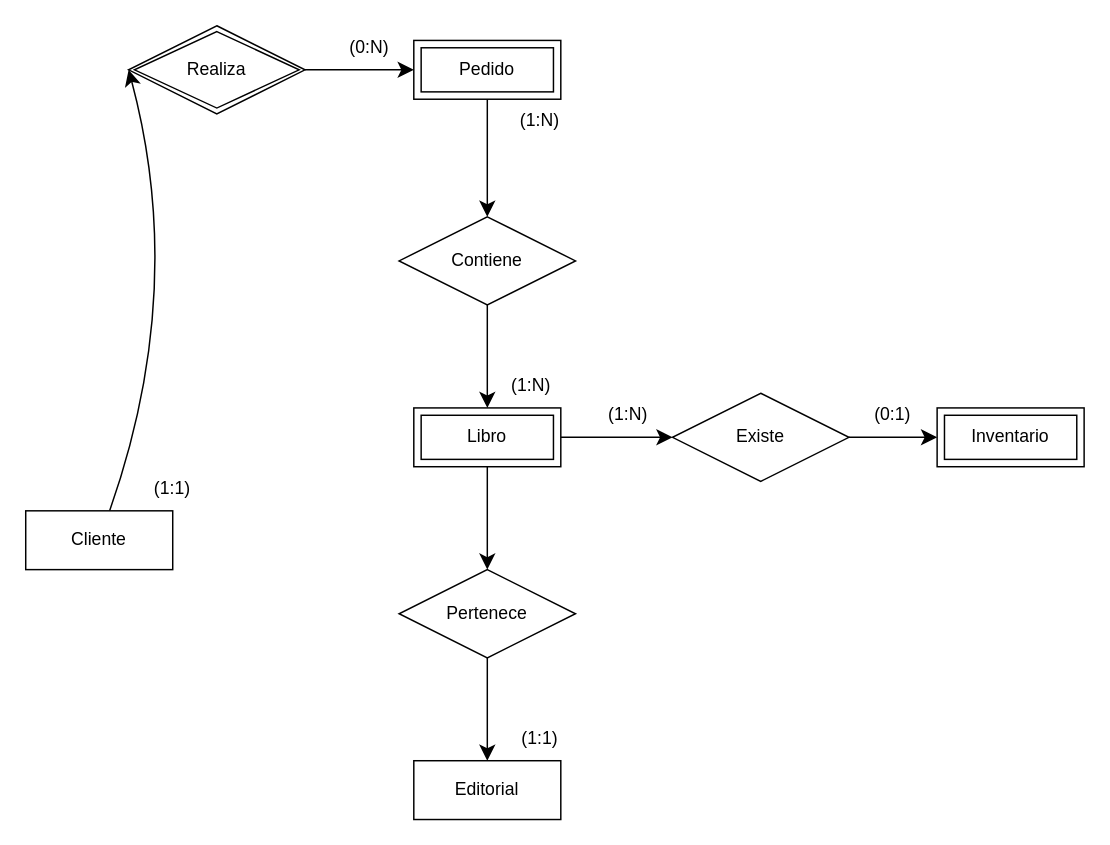
The draw.io diagram Entidad-Relacion.drawio in LejImkoaj/modelado-bases-de-datos, before the edit. Source tidied: cells renumbered, new cells numbered last; positions are measured from the earlier drawing's top-left corner, leaving out a move shared by most shapes. Both pictures are drawn from the tidied source at 147%, with x=0, y=0 at pixel (25, 25).
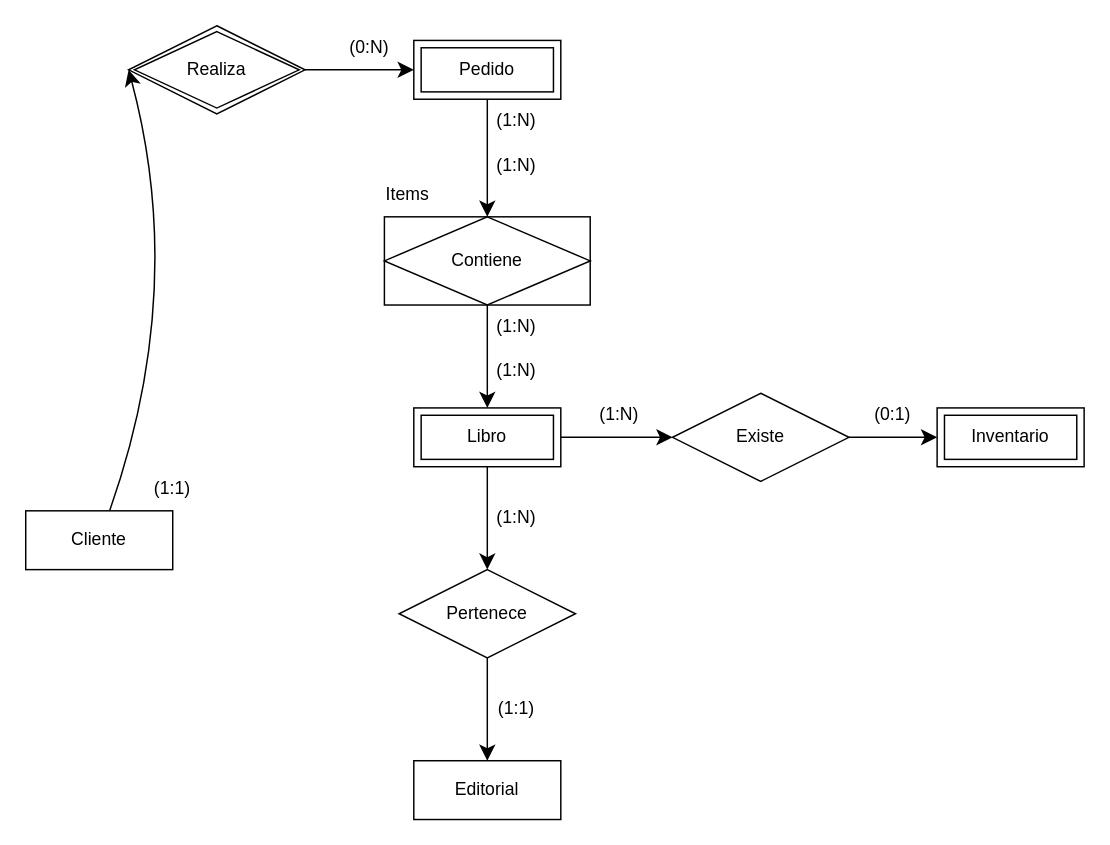
The same page after the edit.

The change refers to these unchanged cells:
```xml
<mxCell id="5" value="Pedido" style="shape=ext;margin=3;double=1;whiteSpace=wrap;html=1;align=center;" parent="1" vertex="1">
  <mxGeometry x="264" y="10" width="100" height="40" as="geometry" />
</mxCell>
<mxCell id="9" value="Libro" style="shape=ext;margin=3;double=1;whiteSpace=wrap;html=1;align=center;" parent="1" vertex="1">
  <mxGeometry x="264" y="260" width="100" height="40" as="geometry" />
</mxCell>
```

The edit, as a diff of the source:
```diff
@@
-    <mxCell id="4" style="edgeStyle=none;curved=1;rounded=0;jettySize=auto;html=1;exitX=0.5;exitY=1;exitDx=0;exitDy=0;fontSize=12;startSize=8;endSize=8;" parent="1" edge="1" source="5" target="16">
-      <mxGeometry relative="1" as="geometry" />
+    <mxCell id="4" style="edgeStyle=none;curved=1;rounded=0;jettySize=auto;html=1;exitX=0.5;exitY=1;exitDx=0;exitDy=0;fontSize=12;startSize=8;endSize=8;" parent="1" edge="1" source="5">
+      <mxGeometry relative="1" as="geometry">
+        <mxPoint x="314" y="130" as="targetPoint" />
+      </mxGeometry>
     </mxCell>
@@
-    <mxCell id="15" style="edgeStyle=none;curved=1;rounded=0;jettySize=auto;html=1;exitX=0.5;exitY=1;exitDx=0;exitDy=0;entryX=0.5;entryY=0;entryDx=0;entryDy=0;fontSize=12;startSize=8;endSize=8;" parent="1" edge="1" source="16" target="9">
-      <mxGeometry relative="1" as="geometry" />
+    <mxCell id="15" style="edgeStyle=none;curved=1;rounded=0;jettySize=auto;html=1;exitX=0.5;exitY=1;exitDx=0;exitDy=0;entryX=0.5;entryY=0;entryDx=0;entryDy=0;fontSize=12;startSize=8;endSize=8;" parent="1" edge="1" target="9">
+      <mxGeometry relative="1" as="geometry">
+        <mxPoint x="314" y="190" as="sourcePoint" />
+      </mxGeometry>
     </mxCell>
-    <mxCell id="16" value="Contiene" style="shape=rhombus;perimeter=rhombusPerimeter;whiteSpace=wrap;html=1;align=center;" parent="1" vertex="1">
-      <mxGeometry x="254" y="130" width="120" height="60" as="geometry" />
-    </mxCell>
     <mxCell id="17" value="(1:N)" style="text;html=1;whiteSpace=wrap;strokeColor=none;fillColor=none;align=center;verticalAlign=middle;rounded=0;" parent="1" vertex="1">
-      <mxGeometry x="320" y="50" width="60" height="30" as="geometry" />
+      <mxGeometry x="304" y="50" width="60" height="30" as="geometry" />
     </mxCell>
     <mxCell id="18" value="(1:N)" style="text;html=1;whiteSpace=wrap;strokeColor=none;fillColor=none;align=center;verticalAlign=middle;rounded=0;" parent="1" vertex="1">
-      <mxGeometry x="314" y="230" width="60" height="30" as="geometry" />
+      <mxGeometry x="304" y="190" width="60" height="30" as="geometry" />
     </mxCell>
@@
     <mxCell id="21" value="(1:1)" style="text;html=1;whiteSpace=wrap;strokeColor=none;fillColor=none;align=center;verticalAlign=middle;rounded=0;" parent="1" vertex="1">
-      <mxGeometry x="320" y="470" width="60" height="30" as="geometry" />
+      <mxGeometry x="304" y="450" width="60" height="30" as="geometry" />
     </mxCell>
@@
     <mxCell id="24" value="(1:N)" style="text;html=1;whiteSpace=wrap;strokeColor=none;fillColor=none;align=center;verticalAlign=middle;rounded=0;" parent="1" vertex="1">
-      <mxGeometry x="380" y="250" width="60" height="30" as="geometry" />
+      <mxGeometry x="374" y="250" width="60" height="30" as="geometry" />
     </mxCell>
@@
+    <mxCell id="16" value="Contiene" style="shape=associativeEntity;whiteSpace=wrap;html=1;align=center;" parent="1" vertex="1">
+      <mxGeometry x="244" y="130" width="140" height="60" as="geometry" />
+    </mxCell>
+    <mxCell id="26" value="Items" style="text;html=1;whiteSpace=wrap;strokeColor=none;fillColor=none;align=center;verticalAlign=middle;rounded=0;" parent="1" vertex="1">
+      <mxGeometry x="230" y="100" width="60" height="30" as="geometry" />
+    </mxCell>
+    <mxCell id="27" value="(1:N)" style="text;html=1;whiteSpace=wrap;strokeColor=none;fillColor=none;align=center;verticalAlign=middle;rounded=0;" parent="1" vertex="1">
+      <mxGeometry x="304" y="80" width="60" height="30" as="geometry" />
+    </mxCell>
+    <mxCell id="28" value="(1:N)" style="text;html=1;whiteSpace=wrap;strokeColor=none;fillColor=none;align=center;verticalAlign=middle;rounded=0;" parent="1" vertex="1">
+      <mxGeometry x="304" y="220" width="60" height="30" as="geometry" />
+    </mxCell>
+    <mxCell id="29" value="(1:N)" style="text;html=1;whiteSpace=wrap;strokeColor=none;fillColor=none;align=center;verticalAlign=middle;rounded=0;" parent="1" vertex="1">
+      <mxGeometry x="304" y="320" width="60" height="30" as="geometry" />
+    </mxCell>
```
